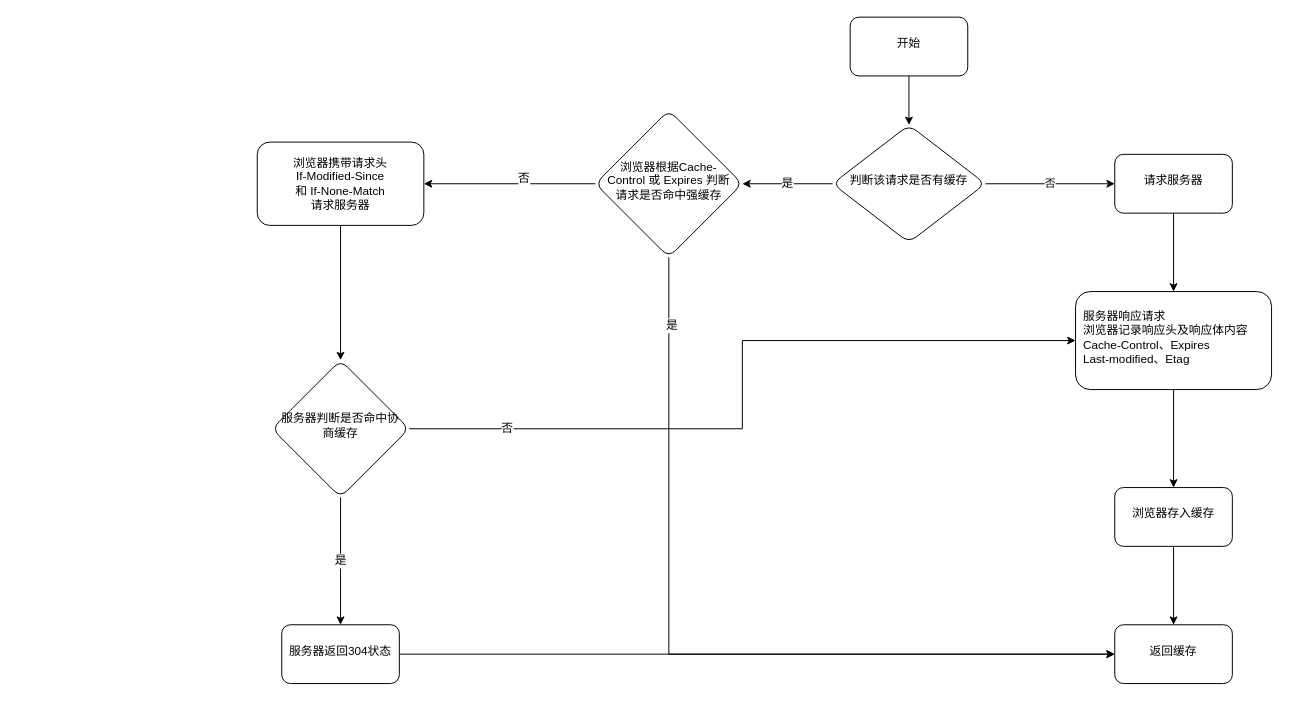
Earlier version of the draw.io diagram source/http缓存机制.drawio (hedashuaii/drwa.io). Source tidied: cells renumbered, new cells numbered last; positions are measured from the earlier drawing's top-left corner, leaving out a move shared by most shapes. Both pictures are drawn from the tidied source at 98%, with x=0, y=0 at pixel (257, 17).
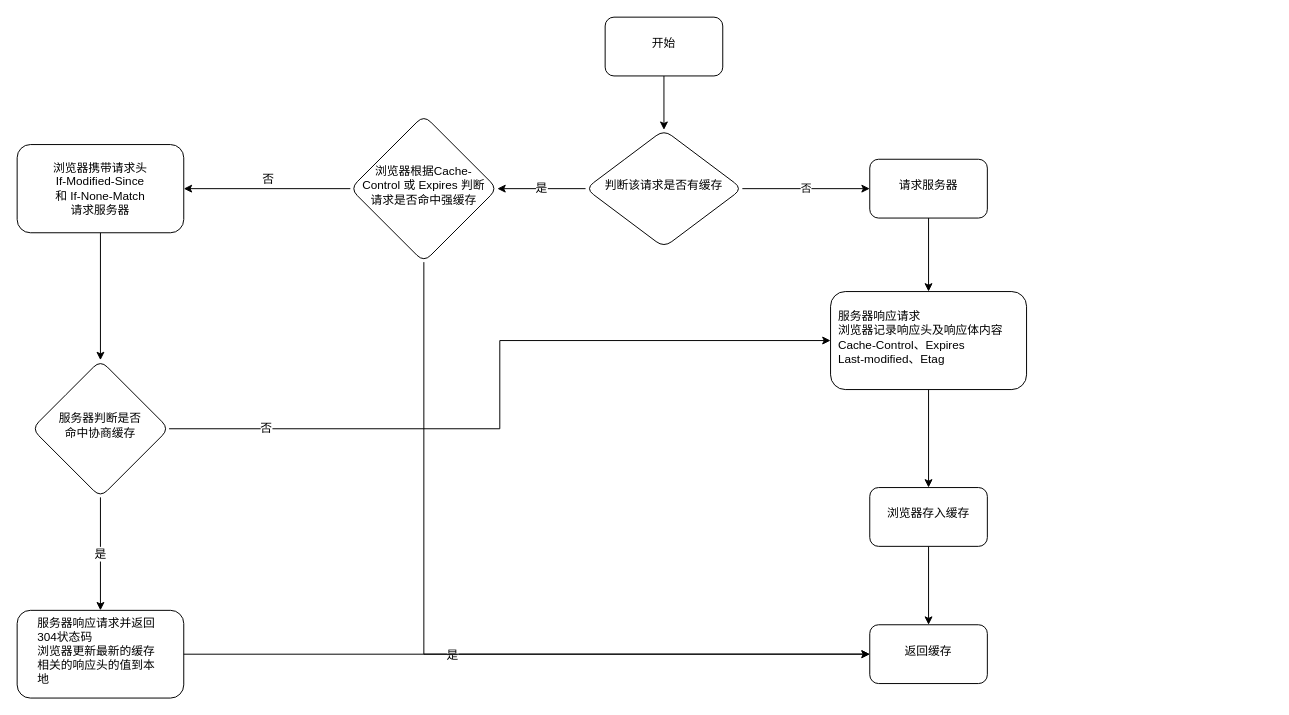
After the change.

Commit message:
更新http缓存机制.drawio

The change refers to these unchanged cells:
```xml
<mxCell id="11" style="edgeStyle=orthogonalEdgeStyle;rounded=0;jettySize=auto;html=1;fontFamily=Helvetica;fontSize=12;fontColor=default;entryX=1;entryY=0.5;entryDx=0;entryDy=0;" parent="1" edge="1" source="13" target="23">
  <mxGeometry relative="1" as="geometry" />
</mxCell>
```

The edit, as a diff of the source:
```diff
@@
     <mxCell id="3" value="开始" style="rounded=1;whiteSpace=wrap;html=1;spacingRight=6;spacingLeft=6;spacingBottom=6;" parent="1" vertex="1">
-      <mxGeometry x="605" width="120" height="60" as="geometry" />
+      <mxGeometry x="355" width="120" height="60" as="geometry" />
     </mxCell>
@@
     <mxCell id="5" value="判断该请求是否有缓存" style="rhombus;whiteSpace=wrap;html=1;rounded=1;spacingLeft=6;spacingBottom=6;spacingRight=6;" parent="1" vertex="1">
-      <mxGeometry x="587" y="110" width="156" height="120" as="geometry" />
+      <mxGeometry x="335" y="115" width="160" height="120" as="geometry" />
     </mxCell>
@@
     <mxCell id="7" value="请求服务器" style="whiteSpace=wrap;html=1;rounded=1;spacingLeft=6;spacingBottom=6;spacingRight=6;" parent="1" vertex="1">
-      <mxGeometry x="875" y="140" width="120" height="60" as="geometry" />
+      <mxGeometry x="625" y="145" width="120" height="60" as="geometry" />
     </mxCell>
@@
     <mxCell id="9" style="edgeStyle=orthogonalEdgeStyle;rounded=0;jettySize=auto;html=1;fontFamily=Helvetica;fontSize=12;fontColor=default;entryX=0;entryY=0.5;entryDx=0;entryDy=0;exitX=0.5;exitY=1;exitDx=0;exitDy=0;" parent="1" edge="1" source="13" target="18">
       <mxGeometry relative="1" as="geometry">
         <Array as="points">
-          <mxPoint x="420" y="650" />
+          <mxPoint x="170" y="650" />
         </Array>
       </mxGeometry>
     </mxCell>
     <mxCell id="10" value="是" style="edgeLabel;html=1;align=center;verticalAlign=middle;fontSize=12;fontFamily=Helvetica;fontColor=default;" parent="9" vertex="1">
-      <mxGeometry x="-0.84" y="2" relative="1" as="geometry" />
+      <mxGeometry relative="1" as="geometry" />
     </mxCell>
@@
     <mxCell id="12" value="否" style="edgeLabel;html=1;align=center;verticalAlign=middle;fontSize=12;fontFamily=Helvetica;fontColor=default;" parent="11" vertex="1">
-      <mxGeometry x="-0.15" y="-6" relative="1" as="geometry" />
+      <mxGeometry y="-10" relative="1" as="geometry" />
     </mxCell>
     <mxCell id="13" value="&lt;span style=&quot;&quot;&gt;浏览器根据Cache-Control&amp;nbsp;或 Expires 判断请求是否命中强缓存&lt;/span&gt;" style="rhombus;whiteSpace=wrap;html=1;rounded=1;spacingLeft=6;spacingBottom=6;spacingRight=6;" parent="1" vertex="1">
-      <mxGeometry x="345" y="95" width="150" height="150" as="geometry" />
+      <mxGeometry x="95" y="100" width="150" height="150" as="geometry" />
     </mxCell>
@@
     <mxCell id="15" value="服务器响应请求&lt;br&gt;浏览器记录响应头及响应体内容&lt;br&gt;Cache-Control、Expires&lt;br&gt;Last-modified、Etag" style="whiteSpace=wrap;html=1;rounded=1;spacingLeft=6;spacingBottom=6;spacingRight=6;align=left;" parent="1" vertex="1">
-      <mxGeometry x="835" y="280" width="200" height="100" as="geometry" />
+      <mxGeometry x="585" y="280" width="200" height="100" as="geometry" />
     </mxCell>
@@
     <mxCell id="17" value="浏览器存入缓存" style="whiteSpace=wrap;html=1;align=center;rounded=1;spacingLeft=6;spacingBottom=6;spacingRight=6;" parent="1" vertex="1">
-      <mxGeometry x="875" y="480" width="120" height="60" as="geometry" />
+      <mxGeometry x="625" y="480" width="120" height="60" as="geometry" />
     </mxCell>
     <mxCell id="18" value="返回缓存" style="whiteSpace=wrap;html=1;rounded=1;spacingLeft=6;spacingBottom=6;spacingRight=6;" parent="1" vertex="1">
-      <mxGeometry x="875" y="620" width="120" height="60" as="geometry" />
+      <mxGeometry x="625" y="620" width="120" height="60" as="geometry" />
     </mxCell>
@@
-    <mxCell id="22" value="服务器判断是否命中协商缓存" style="rhombus;whiteSpace=wrap;html=1;rounded=1;spacingLeft=6;spacingBottom=6;spacingRight=6;" parent="1" vertex="1">
-      <mxGeometry x="15" y="350" width="140" height="140" as="geometry" />
+    <mxCell id="22" value="服务器判断是否&lt;br&gt;命中协商缓存" style="rhombus;whiteSpace=wrap;html=1;rounded=1;spacingLeft=6;spacingBottom=6;spacingRight=6;" parent="1" vertex="1">
+      <mxGeometry x="-230" y="350" width="140" height="140" as="geometry" />
     </mxCell>
     <mxCell id="23" value="&lt;span style=&quot;&quot;&gt;浏览器携带请求头&lt;/span&gt;&lt;br style=&quot;&quot;&gt;&lt;span style=&quot;&quot;&gt;If-Modified-Since&lt;/span&gt;&lt;br style=&quot;&quot;&gt;&lt;span style=&quot;&quot;&gt;和 If-None-Match&lt;/span&gt;&lt;br style=&quot;&quot;&gt;&lt;span style=&quot;&quot;&gt;请求服务器&lt;/span&gt;" style="rounded=1;whiteSpace=wrap;html=1;fontFamily=Helvetica;fontSize=12;fontColor=default;strokeColor=default;fillColor=default;" parent="1" vertex="1">
-      <mxGeometry y="127.5" width="170" height="85" as="geometry" />
+      <mxGeometry x="-245" y="130" width="170" height="90" as="geometry" />
     </mxCell>
-    <mxCell id="24" value="服务器返回304状态" style="whiteSpace=wrap;html=1;rounded=1;spacingLeft=6;spacingBottom=6;spacingRight=6;" parent="1" vertex="1">
-      <mxGeometry x="25" y="620" width="120" height="60" as="geometry" />
+    <mxCell id="24" value="&lt;span style=&quot;&quot;&gt;服务器响应请求并&lt;/span&gt;返回304状态码&lt;br style=&quot;&quot;&gt;&lt;span style=&quot;&quot;&gt;浏览器更新最新的缓存相关的响应头的值到本地&lt;/span&gt;" style="whiteSpace=wrap;html=1;rounded=1;spacingLeft=6;spacingBottom=6;spacingRight=6;align=left;spacing=15;" parent="1" vertex="1">
+      <mxGeometry x="-245" y="605.3" width="170" height="89.5" as="geometry" />
     </mxCell>
```
